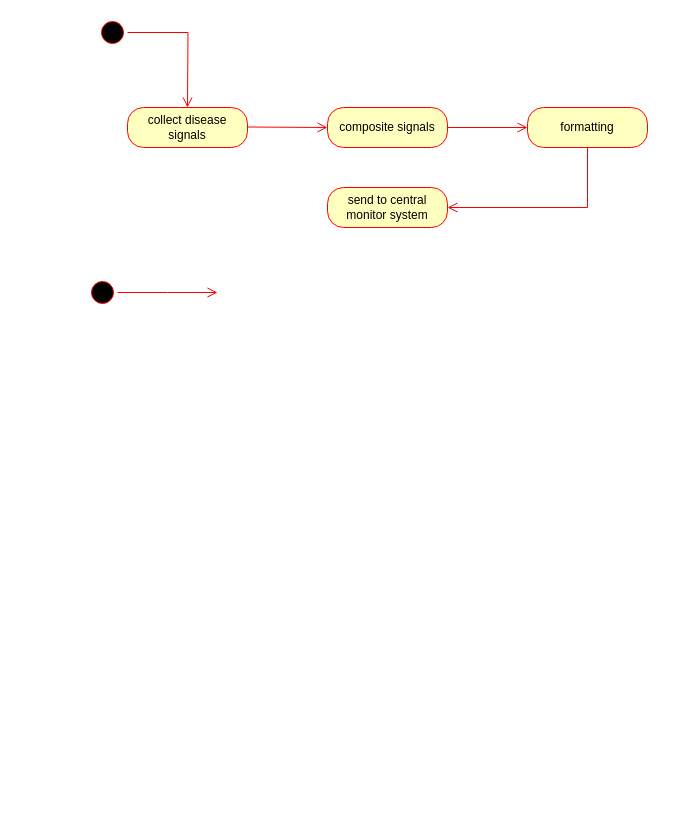
The draw.io diagram State Diagram.drawio in MinkunZhao/SE_lab1, before the edit. Source tidied: cells renumbered, new cells numbered last; positions are measured from the earlier drawing's top-left corner, leaving out a move shared by most shapes. Both pictures are drawn from the tidied source at 100%, with x=0, y=0 at pixel (87, 17).
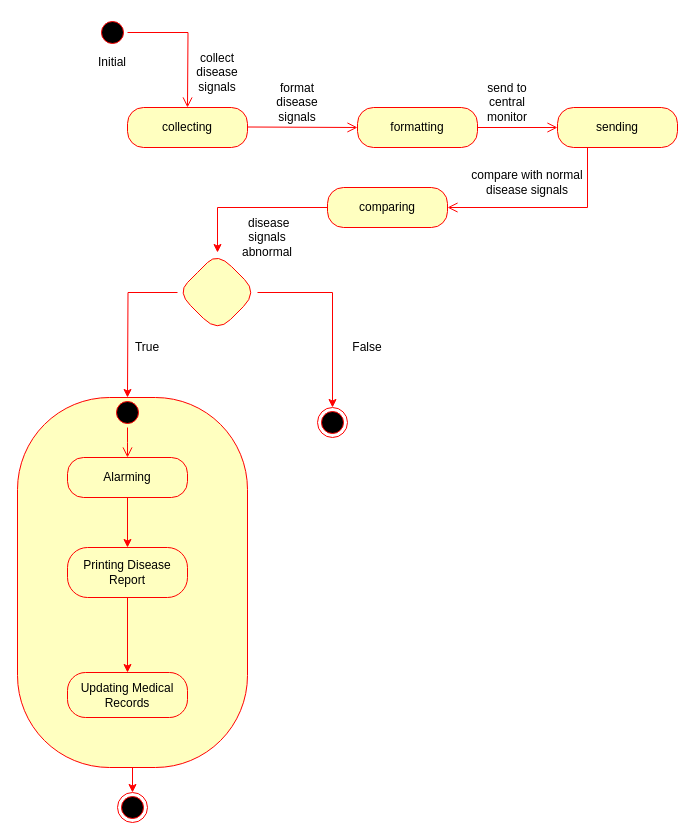
Above is the later version.

Change to the diagram source:
```diff
@@
-    <mxCell id="4" value="collect disease signals" style="rounded=1;whiteSpace=wrap;html=1;arcSize=40;fontColor=#000000;fillColor=#ffffc0;strokeColor=#ff0000;" parent="1" vertex="1">
+    <mxCell id="4" value="collecting" style="rounded=1;whiteSpace=wrap;html=1;arcSize=40;fontColor=#000000;fillColor=#ffffc0;strokeColor=#ff0000;" parent="1" vertex="1">
       <mxGeometry x="40" y="90" width="120" height="40" as="geometry" />
     </mxCell>
-    <mxCell id="5" value="composite signals" style="rounded=1;whiteSpace=wrap;html=1;arcSize=40;fontColor=#000000;fillColor=#ffffc0;strokeColor=#ff0000;" parent="1" vertex="1">
-      <mxGeometry x="240" y="90" width="120" height="40" as="geometry" />
+    <mxCell id="5" value="formatting" style="rounded=1;whiteSpace=wrap;html=1;arcSize=40;fontColor=#000000;fillColor=#ffffc0;strokeColor=#ff0000;" parent="1" vertex="1">
+      <mxGeometry x="270" y="90" width="120" height="40" as="geometry" />
     </mxCell>
+    <mxCell id="13" style="edgeStyle=orthogonalEdgeStyle;rounded=0;jettySize=auto;html=1;fillColor=#e51400;strokeColor=#FF0000;" parent="1" edge="1" source="6" target="21">
+      <mxGeometry relative="1" as="geometry" />
+    </mxCell>
-    <mxCell id="6" value="send to central monitor system" style="rounded=1;whiteSpace=wrap;html=1;arcSize=40;fontColor=#000000;fillColor=#ffffc0;strokeColor=#ff0000;" parent="1" vertex="1">
+    <mxCell id="6" value="comparing" style="rounded=1;whiteSpace=wrap;html=1;arcSize=40;fontColor=#000000;fillColor=#ffffc0;strokeColor=#ff0000;" parent="1" vertex="1">
       <mxGeometry x="240" y="170" width="120" height="40" as="geometry" />
     </mxCell>
@@
-    <mxCell id="8" value="formatting" style="rounded=1;whiteSpace=wrap;html=1;arcSize=40;fontColor=#000000;fillColor=#ffffc0;strokeColor=#ff0000;" parent="1" vertex="1">
-      <mxGeometry x="440" y="90" width="120" height="40" as="geometry" />
+    <mxCell id="8" value="sending" style="rounded=1;whiteSpace=wrap;html=1;arcSize=40;fontColor=#000000;fillColor=#ffffc0;strokeColor=#ff0000;" parent="1" vertex="1">
+      <mxGeometry x="470" y="90" width="120" height="40" as="geometry" />
     </mxCell>
@@
-    <mxCell id="11" style="ellipse;html=1;shape=startState;fillColor=#000000;strokeColor=#ff0000;" parent="1" vertex="1">
-      <mxGeometry y="260" width="30" height="30" as="geometry" />
-    </mxCell>
-    <mxCell id="12" style="edgeStyle=orthogonalEdgeStyle;html=1;verticalAlign=bottom;endArrow=open;endSize=8;strokeColor=#ff0000;rounded=0;" parent="1" edge="1" source="11">
-      <mxGeometry relative="1" as="geometry">
-        <mxPoint x="130" y="275" as="targetPoint" />
-      </mxGeometry>
-    </mxCell>
+    <mxCell id="14" value="Initial" style="text;html=1;strokeColor=none;fillColor=none;align=center;verticalAlign=middle;whiteSpace=wrap;rounded=0;" parent="1" vertex="1">
+      <mxGeometry x="-5" y="30" width="60" height="30" as="geometry" />
+    </mxCell>
+    <mxCell id="15" value="collect disease signals" style="text;html=1;strokeColor=none;fillColor=none;align=center;verticalAlign=middle;whiteSpace=wrap;rounded=0;" parent="1" vertex="1">
+      <mxGeometry x="100" y="40" width="60" height="30" as="geometry" />
+    </mxCell>
+    <mxCell id="16" value="format disease signals" style="text;html=1;strokeColor=none;fillColor=none;align=center;verticalAlign=middle;whiteSpace=wrap;rounded=0;" parent="1" vertex="1">
+      <mxGeometry x="180" y="70" width="60" height="30" as="geometry" />
+    </mxCell>
+    <mxCell id="17" value="send to central monitor" style="text;html=1;strokeColor=none;fillColor=none;align=center;verticalAlign=middle;whiteSpace=wrap;rounded=0;" parent="1" vertex="1">
+      <mxGeometry x="390" y="70" width="60" height="30" as="geometry" />
+    </mxCell>
+    <mxCell id="18" value="compare with normal disease signals" style="text;html=1;strokeColor=none;fillColor=none;align=center;verticalAlign=middle;whiteSpace=wrap;rounded=0;" parent="1" vertex="1">
+      <mxGeometry x="380" y="150" width="120" height="30" as="geometry" />
+    </mxCell>
+    <mxCell id="19" style="edgeStyle=orthogonalEdgeStyle;rounded=0;jettySize=auto;html=1;strokeColor=#FF0000;entryX=0.5;entryY=0;entryDx=0;entryDy=0;" parent="1" edge="1" source="21" target="25">
+      <mxGeometry relative="1" as="geometry" />
+    </mxCell>
+    <mxCell id="20" style="edgeStyle=orthogonalEdgeStyle;rounded=0;jettySize=auto;html=1;strokeColor=#FF0000;" parent="1" edge="1" source="21">
+      <mxGeometry relative="1" as="geometry">
+        <mxPoint x="40" y="380" as="targetPoint" />
+      </mxGeometry>
+    </mxCell>
+    <mxCell id="21" style="rhombus;whiteSpace=wrap;html=1;fillColor=#ffffc0;strokeColor=#ff0000;fontColor=#000000;rounded=1;arcSize=40;" parent="1" vertex="1">
+      <mxGeometry x="90" y="235" width="80" height="80" as="geometry" />
+    </mxCell>
+    <mxCell id="22" value="&amp;nbsp;disease signals abnormal" style="text;html=1;strokeColor=none;fillColor=none;align=center;verticalAlign=middle;whiteSpace=wrap;rounded=0;" parent="1" vertex="1">
+      <mxGeometry x="150" y="205" width="60" height="30" as="geometry" />
+    </mxCell>
+    <mxCell id="23" value="True" style="text;html=1;strokeColor=none;fillColor=none;align=center;verticalAlign=middle;whiteSpace=wrap;rounded=0;" parent="1" vertex="1">
+      <mxGeometry x="30" y="315" width="60" height="30" as="geometry" />
+    </mxCell>
+    <mxCell id="24" value="False" style="text;html=1;strokeColor=none;fillColor=none;align=center;verticalAlign=middle;whiteSpace=wrap;rounded=0;" parent="1" vertex="1">
+      <mxGeometry x="250" y="315" width="60" height="30" as="geometry" />
+    </mxCell>
+    <mxCell id="25" style="ellipse;html=1;shape=endState;fillColor=#000000;strokeColor=#ff0000;" parent="1" vertex="1">
+      <mxGeometry x="230" y="390" width="30" height="30" as="geometry" />
+    </mxCell>
+    <mxCell id="26" style="whiteSpace=wrap;html=1;fillColor=#ffffc0;strokeColor=#ff0000;fontColor=#000000;rounded=1;arcSize=40;" parent="1" vertex="1">
+      <mxGeometry x="-70" y="380" width="230" height="370" as="geometry" />
+    </mxCell>
+    <mxCell id="27" style="ellipse;html=1;shape=startState;fillColor=#000000;strokeColor=#ff0000;" parent="1" vertex="1">
+      <mxGeometry x="25" y="380" width="30" height="30" as="geometry" />
+    </mxCell>
+    <mxCell id="28" style="edgeStyle=orthogonalEdgeStyle;html=1;verticalAlign=bottom;endArrow=open;endSize=8;strokeColor=#ff0000;rounded=0;" parent="1" edge="1" source="27">
+      <mxGeometry relative="1" as="geometry">
+        <mxPoint x="40" y="440" as="targetPoint" />
+      </mxGeometry>
+    </mxCell>
+    <mxCell id="29" style="edgeStyle=orthogonalEdgeStyle;rounded=0;jettySize=auto;html=1;strokeColor=#FF0000;" parent="1" edge="1" source="30" target="32">
+      <mxGeometry relative="1" as="geometry" />
+    </mxCell>
+    <mxCell id="30" value="Alarming" style="rounded=1;whiteSpace=wrap;html=1;arcSize=40;fontColor=#000000;fillColor=#ffffc0;strokeColor=#ff0000;" parent="1" vertex="1">
+      <mxGeometry x="-20" y="440" width="120" height="40" as="geometry" />
+    </mxCell>
+    <mxCell id="31" style="edgeStyle=orthogonalEdgeStyle;rounded=0;jettySize=auto;html=1;strokeColor=#FF0000;" parent="1" edge="1" source="32" target="33">
+      <mxGeometry relative="1" as="geometry" />
+    </mxCell>
+    <mxCell id="32" value="Printing Disease Report" style="rounded=1;whiteSpace=wrap;html=1;fillColor=#ffffc0;strokeColor=#ff0000;fontColor=#000000;arcSize=40;" parent="1" vertex="1">
+      <mxGeometry x="-20" y="530" width="120" height="50" as="geometry" />
+    </mxCell>
+    <mxCell id="33" value="Updating Medical Records" style="whiteSpace=wrap;html=1;fillColor=#ffffc0;strokeColor=#ff0000;fontColor=#000000;rounded=1;arcSize=40;" parent="1" vertex="1">
+      <mxGeometry x="-20" y="655" width="120" height="45" as="geometry" />
+    </mxCell>
+    <mxCell id="34" style="endArrow=classic;html=1;rounded=0;strokeColor=#FF0000;exitX=0.5;exitY=1;exitDx=0;exitDy=0;" parent="1" edge="1" source="26" target="35">
+      <mxGeometry relative="1" as="geometry" />
+    </mxCell>
+    <mxCell id="35" style="ellipse;html=1;shape=endState;fillColor=#000000;strokeColor=#ff0000;" parent="1" vertex="1">
+      <mxGeometry x="30" y="775" width="30" height="30" as="geometry" />
+    </mxCell>
```
